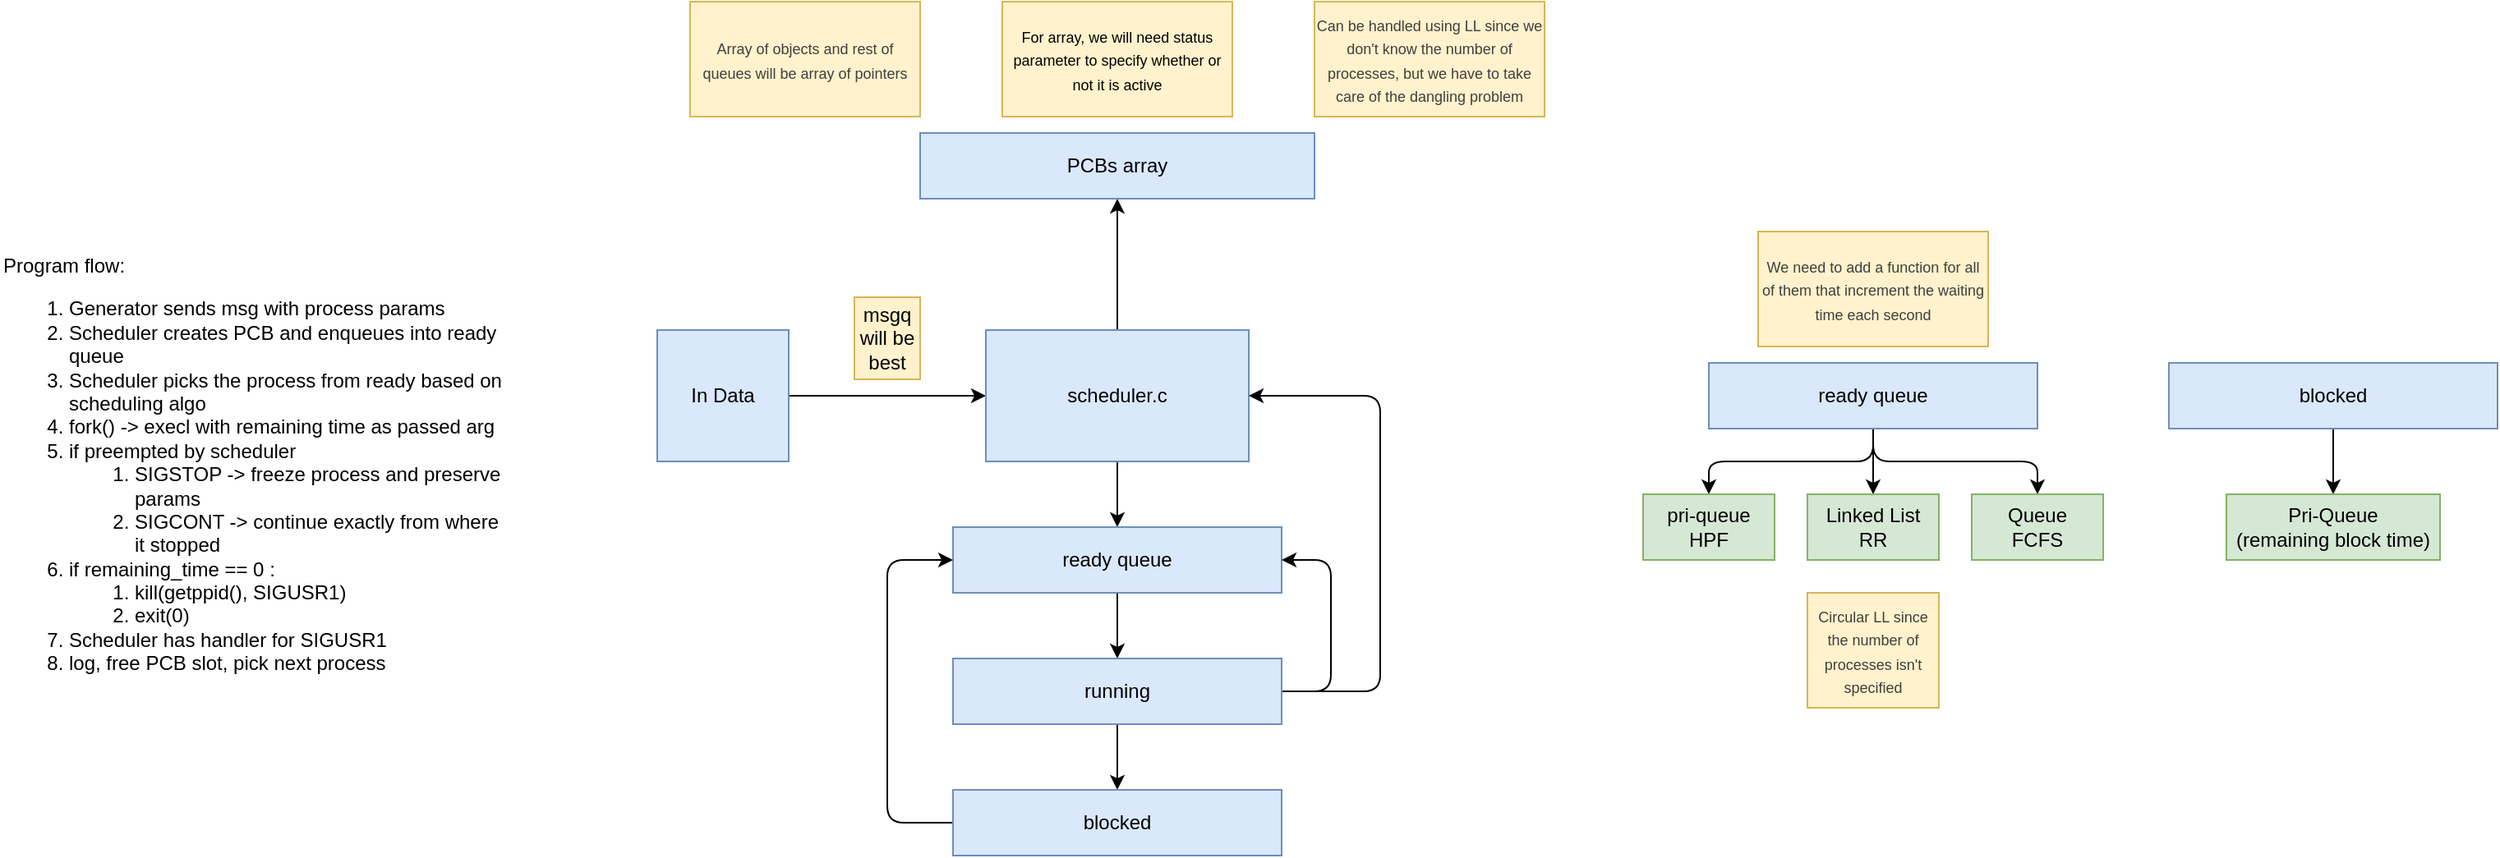
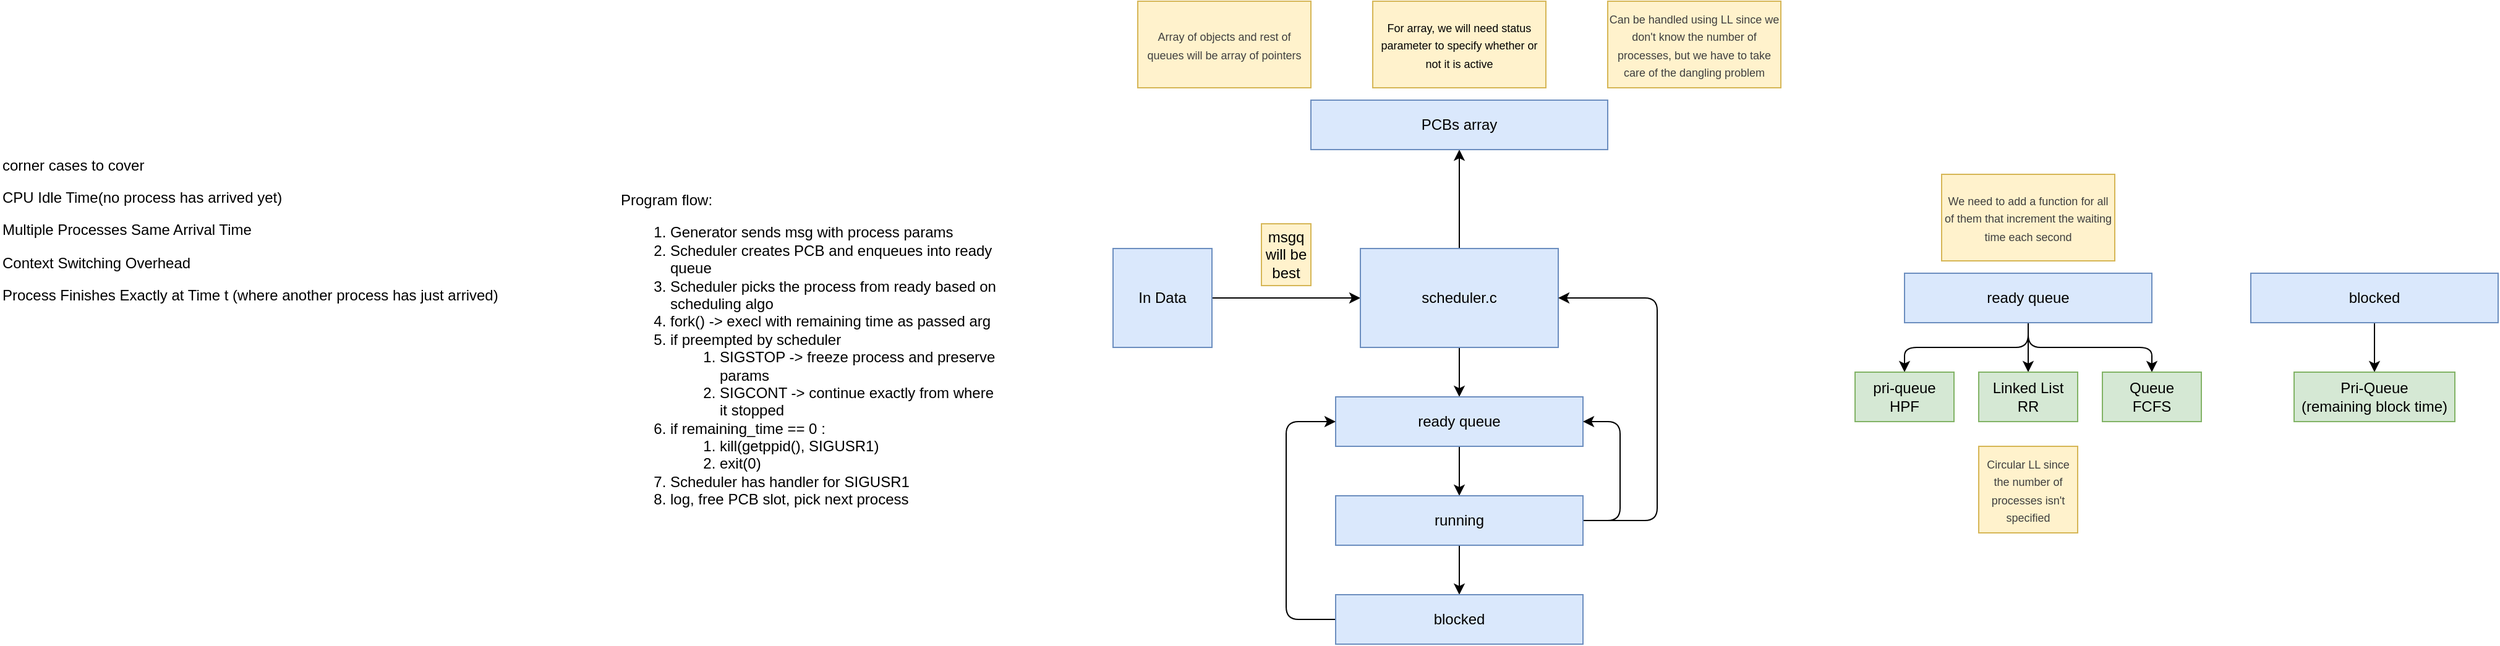
<mxfile host="65bd71144e">
    <diagram id="azkhY0gJLyr2ym31aCHZ" name="Page-1">
-         <mxGraphModel dx="1543" dy="909" grid="1" gridSize="10" guides="1" tooltips="1" connect="1" arrows="1" fold="1" page="0" pageScale="1" pageWidth="850" pageHeight="1100" math="0" shadow="0">
+         <mxGraphModel dx="1953" dy="1063" grid="1" gridSize="10" guides="1" tooltips="1" connect="1" arrows="1" fold="1" page="0" pageScale="1" pageWidth="850" pageHeight="1100" math="0" shadow="0">
            <root>
                <mxCell id="0"/>
                <mxCell id="1" parent="0"/>
-                 <mxCell id="6" style="edgeStyle=none;html=1;entryX=0;entryY=0.5;entryDx=0;entryDy=0;" edge="1" parent="1" source="2" target="3">
+                 <mxCell id="6" style="edgeStyle=none;html=1;entryX=0;entryY=0.5;entryDx=0;entryDy=0;" parent="1" source="2" target="3" edge="1">
                    <mxGeometry relative="1" as="geometry"/>
                </mxCell>
-                 <mxCell id="2" value="In Data" style="rounded=0;whiteSpace=wrap;html=1;fillColor=#dae8fc;strokeColor=#6c8ebf;" vertex="1" parent="1">
+                 <mxCell id="2" value="In Data" style="rounded=0;whiteSpace=wrap;html=1;fillColor=#dae8fc;strokeColor=#6c8ebf;" parent="1" vertex="1">
                    <mxGeometry x="80" y="-160" width="80" height="80" as="geometry"/>
                </mxCell>
-                 <mxCell id="5" style="edgeStyle=none;html=1;entryX=0.5;entryY=1;entryDx=0;entryDy=0;" edge="1" parent="1" source="3" target="4">
+                 <mxCell id="5" style="edgeStyle=none;html=1;entryX=0.5;entryY=1;entryDx=0;entryDy=0;" parent="1" source="3" target="4" edge="1">
                    <mxGeometry relative="1" as="geometry"/>
                </mxCell>
-                 <mxCell id="11" style="edgeStyle=none;html=1;entryX=0.5;entryY=0;entryDx=0;entryDy=0;" edge="1" parent="1" source="3" target="8">
+                 <mxCell id="11" style="edgeStyle=none;html=1;entryX=0.5;entryY=0;entryDx=0;entryDy=0;" parent="1" source="3" target="8" edge="1">
                    <mxGeometry relative="1" as="geometry"/>
                </mxCell>
-                 <mxCell id="3" value="scheduler.c" style="rounded=0;whiteSpace=wrap;html=1;fillColor=#dae8fc;strokeColor=#6c8ebf;" vertex="1" parent="1">
+                 <mxCell id="3" value="scheduler.c" style="rounded=0;whiteSpace=wrap;html=1;fillColor=#dae8fc;strokeColor=#6c8ebf;" parent="1" vertex="1">
                    <mxGeometry x="280" y="-160" width="160" height="80" as="geometry"/>
                </mxCell>
-                 <mxCell id="4" value="PCBs array" style="rounded=0;whiteSpace=wrap;html=1;fillColor=#dae8fc;strokeColor=#6c8ebf;" vertex="1" parent="1">
+                 <mxCell id="4" value="PCBs array" style="rounded=0;whiteSpace=wrap;html=1;fillColor=#dae8fc;strokeColor=#6c8ebf;" parent="1" vertex="1">
                    <mxGeometry x="240" y="-280" width="240" height="40" as="geometry"/>
                </mxCell>
-                 <mxCell id="7" value="msgq will be best" style="text;html=1;align=center;verticalAlign=middle;whiteSpace=wrap;rounded=0;fillColor=#fff2cc;strokeColor=#d6b656;" vertex="1" parent="1">
+                 <mxCell id="7" value="msgq will be best" style="text;html=1;align=center;verticalAlign=middle;whiteSpace=wrap;rounded=0;fillColor=#fff2cc;strokeColor=#d6b656;" parent="1" vertex="1">
                    <mxGeometry x="200" y="-180" width="40" height="50" as="geometry"/>
                </mxCell>
-                 <mxCell id="12" style="edgeStyle=none;html=1;entryX=0.5;entryY=0;entryDx=0;entryDy=0;" edge="1" parent="1" source="8" target="9">
+                 <mxCell id="12" style="edgeStyle=none;html=1;entryX=0.5;entryY=0;entryDx=0;entryDy=0;" parent="1" source="8" target="9" edge="1">
                    <mxGeometry relative="1" as="geometry"/>
                </mxCell>
-                 <mxCell id="8" value="ready queue" style="rounded=0;whiteSpace=wrap;html=1;fillColor=#dae8fc;strokeColor=#6c8ebf;" vertex="1" parent="1">
+                 <mxCell id="8" value="ready queue" style="rounded=0;whiteSpace=wrap;html=1;fillColor=#dae8fc;strokeColor=#6c8ebf;" parent="1" vertex="1">
                    <mxGeometry x="260" y="-40" width="200" height="40" as="geometry"/>
                </mxCell>
-                 <mxCell id="13" style="edgeStyle=none;html=1;entryX=0.5;entryY=0;entryDx=0;entryDy=0;" edge="1" parent="1" source="9" target="10">
+                 <mxCell id="13" style="edgeStyle=none;html=1;entryX=0.5;entryY=0;entryDx=0;entryDy=0;" parent="1" source="9" target="10" edge="1">
                    <mxGeometry relative="1" as="geometry"/>
                </mxCell>
-                 <mxCell id="15" style="edgeStyle=orthogonalEdgeStyle;html=1;entryX=1;entryY=0.5;entryDx=0;entryDy=0;" edge="1" parent="1" source="9" target="3">
+                 <mxCell id="15" style="edgeStyle=orthogonalEdgeStyle;html=1;entryX=1;entryY=0.5;entryDx=0;entryDy=0;" parent="1" source="9" target="3" edge="1">
                    <mxGeometry relative="1" as="geometry">
                        <mxPoint x="510" y="-120" as="targetPoint"/>
                        <Array as="points">
                            <mxPoint x="520" y="60"/>
                            <mxPoint x="520" y="-120"/>
                        </Array>
                    </mxGeometry>
                </mxCell>
-                 <mxCell id="16" style="edgeStyle=orthogonalEdgeStyle;html=1;entryX=1;entryY=0.5;entryDx=0;entryDy=0;" edge="1" parent="1" source="9" target="8">
+                 <mxCell id="16" style="edgeStyle=orthogonalEdgeStyle;html=1;entryX=1;entryY=0.5;entryDx=0;entryDy=0;" parent="1" source="9" target="8" edge="1">
                    <mxGeometry relative="1" as="geometry">
                        <mxPoint x="500" y="-20" as="targetPoint"/>
                        <Array as="points">
                            <mxPoint x="490" y="60"/>
                            <mxPoint x="490" y="-20"/>
                        </Array>
                    </mxGeometry>
                </mxCell>
-                 <mxCell id="9" value="running" style="rounded=0;whiteSpace=wrap;html=1;fillColor=#dae8fc;strokeColor=#6c8ebf;" vertex="1" parent="1">
+                 <mxCell id="9" value="running" style="rounded=0;whiteSpace=wrap;html=1;fillColor=#dae8fc;strokeColor=#6c8ebf;" parent="1" vertex="1">
                    <mxGeometry x="260" y="40" width="200" height="40" as="geometry"/>
                </mxCell>
-                 <mxCell id="17" style="edgeStyle=orthogonalEdgeStyle;html=1;entryX=0;entryY=0.5;entryDx=0;entryDy=0;" edge="1" parent="1" source="10" target="8">
+                 <mxCell id="17" style="edgeStyle=orthogonalEdgeStyle;html=1;entryX=0;entryY=0.5;entryDx=0;entryDy=0;" parent="1" source="10" target="8" edge="1">
                    <mxGeometry relative="1" as="geometry">
                        <Array as="points">
                            <mxPoint x="220" y="140"/>
                            <mxPoint x="220" y="-20"/>
                        </Array>
                    </mxGeometry>
                </mxCell>
-                 <mxCell id="10" value="blocked" style="rounded=0;whiteSpace=wrap;html=1;fillColor=#dae8fc;strokeColor=#6c8ebf;" vertex="1" parent="1">
+                 <mxCell id="10" value="blocked" style="rounded=0;whiteSpace=wrap;html=1;fillColor=#dae8fc;strokeColor=#6c8ebf;" parent="1" vertex="1">
                    <mxGeometry x="260" y="120" width="200" height="40" as="geometry"/>
                </mxCell>
-                 <mxCell id="31" style="edgeStyle=orthogonalEdgeStyle;html=1;entryX=0.5;entryY=0;entryDx=0;entryDy=0;" edge="1" parent="1" source="18" target="29">
+                 <mxCell id="31" style="edgeStyle=orthogonalEdgeStyle;html=1;entryX=0.5;entryY=0;entryDx=0;entryDy=0;" parent="1" source="18" target="29" edge="1">
                    <mxGeometry relative="1" as="geometry"/>
                </mxCell>
-                 <mxCell id="32" style="edgeStyle=none;html=1;exitX=0.5;exitY=1;exitDx=0;exitDy=0;entryX=0.5;entryY=0;entryDx=0;entryDy=0;" edge="1" parent="1" source="18" target="28">
+                 <mxCell id="32" style="edgeStyle=none;html=1;exitX=0.5;exitY=1;exitDx=0;exitDy=0;entryX=0.5;entryY=0;entryDx=0;entryDy=0;" parent="1" source="18" target="28" edge="1">
                    <mxGeometry relative="1" as="geometry"/>
                </mxCell>
-                 <mxCell id="33" style="edgeStyle=orthogonalEdgeStyle;html=1;exitX=0.5;exitY=1;exitDx=0;exitDy=0;entryX=0.5;entryY=0;entryDx=0;entryDy=0;" edge="1" parent="1" source="18" target="30">
+                 <mxCell id="33" style="edgeStyle=orthogonalEdgeStyle;html=1;exitX=0.5;exitY=1;exitDx=0;exitDy=0;entryX=0.5;entryY=0;entryDx=0;entryDy=0;" parent="1" source="18" target="30" edge="1">
                    <mxGeometry relative="1" as="geometry"/>
                </mxCell>
-                 <mxCell id="18" value="ready queue" style="rounded=0;whiteSpace=wrap;html=1;fillColor=#dae8fc;strokeColor=#6c8ebf;" vertex="1" parent="1">
+                 <mxCell id="18" value="ready queue" style="rounded=0;whiteSpace=wrap;html=1;fillColor=#dae8fc;strokeColor=#6c8ebf;" parent="1" vertex="1">
                    <mxGeometry x="720" y="-140" width="200" height="40" as="geometry"/>
                </mxCell>
-                 <mxCell id="37" style="edgeStyle=none;html=1;entryX=0.5;entryY=0;entryDx=0;entryDy=0;" edge="1" parent="1" source="20" target="36">
+                 <mxCell id="37" style="edgeStyle=none;html=1;entryX=0.5;entryY=0;entryDx=0;entryDy=0;" parent="1" source="20" target="36" edge="1">
                    <mxGeometry relative="1" as="geometry"/>
                </mxCell>
-                 <mxCell id="20" value="blocked" style="rounded=0;whiteSpace=wrap;html=1;fillColor=#dae8fc;strokeColor=#6c8ebf;" vertex="1" parent="1">
+                 <mxCell id="20" value="blocked" style="rounded=0;whiteSpace=wrap;html=1;fillColor=#dae8fc;strokeColor=#6c8ebf;" parent="1" vertex="1">
                    <mxGeometry x="1000" y="-140" width="200" height="40" as="geometry"/>
                </mxCell>
-                 <mxCell id="23" value="&lt;font style=&quot;font-size: 9px;&quot;&gt;For array, we will need status parameter to specify whether or not it is active&lt;/font&gt;" style="text;html=1;align=center;verticalAlign=middle;whiteSpace=wrap;rounded=0;fillColor=#fff2cc;strokeColor=#d6b656;" vertex="1" parent="1">
+                 <mxCell id="23" value="&lt;font style=&quot;font-size: 9px;&quot;&gt;For array, we will need status parameter to specify whether or not it is active&lt;/font&gt;" style="text;html=1;align=center;verticalAlign=middle;whiteSpace=wrap;rounded=0;fillColor=#fff2cc;strokeColor=#d6b656;" parent="1" vertex="1">
                    <mxGeometry x="290" y="-360" width="140" height="70" as="geometry"/>
                </mxCell>
-                 <mxCell id="24" value="&lt;span style=&quot;color: rgb(63, 63, 63); font-size: 9px;&quot;&gt;Can be handled using LL since we don&#39;t know the number of processes, but we have to take care of the dangling problem&lt;/span&gt;" style="text;html=1;align=center;verticalAlign=middle;whiteSpace=wrap;rounded=0;fillColor=#fff2cc;strokeColor=#d6b656;" vertex="1" parent="1">
+                 <mxCell id="24" value="&lt;span style=&quot;color: rgb(63, 63, 63); font-size: 9px;&quot;&gt;Can be handled using LL since we don&#39;t know the number of processes, but we have to take care of the dangling problem&lt;/span&gt;" style="text;html=1;align=center;verticalAlign=middle;whiteSpace=wrap;rounded=0;fillColor=#fff2cc;strokeColor=#d6b656;" parent="1" vertex="1">
                    <mxGeometry x="480" y="-360" width="140" height="70" as="geometry"/>
                </mxCell>
-                 <mxCell id="27" value="&lt;span style=&quot;color: rgb(63, 63, 63); font-size: 9px;&quot;&gt;Array of objects and rest of queues will be array of pointers&lt;/span&gt;" style="text;html=1;align=center;verticalAlign=middle;whiteSpace=wrap;rounded=0;fillColor=#fff2cc;strokeColor=#d6b656;" vertex="1" parent="1">
+                 <mxCell id="27" value="&lt;span style=&quot;color: rgb(63, 63, 63); font-size: 9px;&quot;&gt;Array of objects and rest of queues will be array of pointers&lt;/span&gt;" style="text;html=1;align=center;verticalAlign=middle;whiteSpace=wrap;rounded=0;fillColor=#fff2cc;strokeColor=#d6b656;" parent="1" vertex="1">
                    <mxGeometry x="100" y="-360" width="140" height="70" as="geometry"/>
                </mxCell>
-                 <mxCell id="28" value="Linked List&lt;div&gt;RR&lt;/div&gt;" style="rounded=0;whiteSpace=wrap;html=1;fillColor=#d5e8d4;strokeColor=#82b366;" vertex="1" parent="1">
+                 <mxCell id="28" value="Linked List&lt;div&gt;RR&lt;/div&gt;" style="rounded=0;whiteSpace=wrap;html=1;fillColor=#d5e8d4;strokeColor=#82b366;" parent="1" vertex="1">
                    <mxGeometry x="780" y="-60" width="80" height="40" as="geometry"/>
                </mxCell>
-                 <mxCell id="29" value="pri-queue&lt;div&gt;HPF&lt;/div&gt;" style="rounded=0;whiteSpace=wrap;html=1;fillColor=#d5e8d4;strokeColor=#82b366;" vertex="1" parent="1">
+                 <mxCell id="29" value="pri-queue&lt;div&gt;HPF&lt;/div&gt;" style="rounded=0;whiteSpace=wrap;html=1;fillColor=#d5e8d4;strokeColor=#82b366;" parent="1" vertex="1">
                    <mxGeometry x="680" y="-60" width="80" height="40" as="geometry"/>
                </mxCell>
-                 <mxCell id="30" value="Queue&lt;div&gt;FCFS&lt;/div&gt;" style="rounded=0;whiteSpace=wrap;html=1;fillColor=#d5e8d4;strokeColor=#82b366;" vertex="1" parent="1">
+                 <mxCell id="30" value="Queue&lt;div&gt;FCFS&lt;/div&gt;" style="rounded=0;whiteSpace=wrap;html=1;fillColor=#d5e8d4;strokeColor=#82b366;" parent="1" vertex="1">
                    <mxGeometry x="880" y="-60" width="80" height="40" as="geometry"/>
                </mxCell>
-                 <mxCell id="34" value="&lt;span style=&quot;color: rgb(63, 63, 63); font-size: 9px;&quot;&gt;We need to add a function for all of them that increment the waiting time each second&lt;/span&gt;" style="text;html=1;align=center;verticalAlign=middle;whiteSpace=wrap;rounded=0;fillColor=#fff2cc;strokeColor=#d6b656;" vertex="1" parent="1">
+                 <mxCell id="34" value="&lt;span style=&quot;color: rgb(63, 63, 63); font-size: 9px;&quot;&gt;We need to add a function for all of them that increment the waiting time each second&lt;/span&gt;" style="text;html=1;align=center;verticalAlign=middle;whiteSpace=wrap;rounded=0;fillColor=#fff2cc;strokeColor=#d6b656;" parent="1" vertex="1">
                    <mxGeometry x="750" y="-220" width="140" height="70" as="geometry"/>
                </mxCell>
-                 <mxCell id="35" value="&lt;span style=&quot;color: rgb(63, 63, 63); font-size: 9px;&quot;&gt;Circular LL since the number of processes isn&#39;t specified&lt;/span&gt;" style="text;html=1;align=center;verticalAlign=middle;whiteSpace=wrap;rounded=0;fillColor=#fff2cc;strokeColor=#d6b656;" vertex="1" parent="1">
+                 <mxCell id="35" value="&lt;span style=&quot;color: rgb(63, 63, 63); font-size: 9px;&quot;&gt;Circular LL since the number of processes isn&#39;t specified&lt;/span&gt;" style="text;html=1;align=center;verticalAlign=middle;whiteSpace=wrap;rounded=0;fillColor=#fff2cc;strokeColor=#d6b656;" parent="1" vertex="1">
                    <mxGeometry x="780" width="80" height="70" as="geometry"/>
                </mxCell>
-                 <mxCell id="36" value="Pri-Queue&lt;div&gt;(remaining block time)&lt;/div&gt;" style="rounded=0;whiteSpace=wrap;html=1;fillColor=#d5e8d4;strokeColor=#82b366;" vertex="1" parent="1">
+                 <mxCell id="36" value="Pri-Queue&lt;div&gt;(remaining block time)&lt;/div&gt;" style="rounded=0;whiteSpace=wrap;html=1;fillColor=#d5e8d4;strokeColor=#82b366;" parent="1" vertex="1">
                    <mxGeometry x="1035" y="-60" width="130" height="40" as="geometry"/>
                </mxCell>
-                 <mxCell id="38" value="Program flow:&lt;div&gt;&lt;ol&gt;&lt;li&gt;&lt;font color=&quot;#000000&quot;&gt;Generator sends msg with process params&lt;/font&gt;&lt;/li&gt;&lt;li&gt;&lt;font color=&quot;#000000&quot;&gt;Scheduler creates PCB and enqueues into ready queue&lt;/font&gt;&lt;/li&gt;&lt;li&gt;&lt;font color=&quot;#000000&quot;&gt;Scheduler picks the process from ready based on scheduling algo&lt;/font&gt;&lt;/li&gt;&lt;li&gt;&lt;font color=&quot;#000000&quot;&gt;fork() -&amp;gt; execl with remaining time as passed arg&lt;/font&gt;&lt;/li&gt;&lt;li&gt;&lt;font color=&quot;#000000&quot;&gt;if preempted by scheduler&lt;/font&gt;&lt;/li&gt;&lt;ol&gt;&lt;li&gt;&lt;font color=&quot;#000000&quot;&gt;SIGSTOP -&amp;gt; freeze process and preserve params&lt;/font&gt;&lt;/li&gt;&lt;li&gt;&lt;font color=&quot;#000000&quot;&gt;SIGCONT -&amp;gt; continue exactly from where it stopped&lt;/font&gt;&lt;/li&gt;&lt;/ol&gt;&lt;li&gt;if remaining_time == 0 :&lt;/li&gt;&lt;ol&gt;&lt;li&gt;kill(getppid(), SIGUSR1)&lt;/li&gt;&lt;li&gt;exit(0)&lt;/li&gt;&lt;/ol&gt;&lt;li&gt;Scheduler has handler for SIGUSR1&lt;/li&gt;&lt;li&gt;log, free PCB slot, pick next process&lt;/li&gt;&lt;/ol&gt;&lt;div&gt;&lt;br&gt;&lt;/div&gt;&lt;/div&gt;" style="text;html=1;align=left;verticalAlign=middle;whiteSpace=wrap;rounded=0;" vertex="1" parent="1">
+                 <mxCell id="38" value="Program flow:&lt;div&gt;&lt;ol&gt;&lt;li&gt;&lt;font color=&quot;#000000&quot;&gt;Generator sends msg with process params&lt;/font&gt;&lt;/li&gt;&lt;li&gt;&lt;font color=&quot;#000000&quot;&gt;Scheduler creates PCB and enqueues into ready queue&lt;/font&gt;&lt;/li&gt;&lt;li&gt;&lt;font color=&quot;#000000&quot;&gt;Scheduler picks the process from ready based on scheduling algo&lt;/font&gt;&lt;/li&gt;&lt;li&gt;&lt;font color=&quot;#000000&quot;&gt;fork() -&amp;gt; execl with remaining time as passed arg&lt;/font&gt;&lt;/li&gt;&lt;li&gt;&lt;font color=&quot;#000000&quot;&gt;if preempted by scheduler&lt;/font&gt;&lt;/li&gt;&lt;ol&gt;&lt;li&gt;&lt;font color=&quot;#000000&quot;&gt;SIGSTOP -&amp;gt; freeze process and preserve params&lt;/font&gt;&lt;/li&gt;&lt;li&gt;&lt;font color=&quot;#000000&quot;&gt;SIGCONT -&amp;gt; continue exactly from where it stopped&lt;/font&gt;&lt;/li&gt;&lt;/ol&gt;&lt;li&gt;if remaining_time == 0 :&lt;/li&gt;&lt;ol&gt;&lt;li&gt;kill(getppid(), SIGUSR1)&lt;/li&gt;&lt;li&gt;exit(0)&lt;/li&gt;&lt;/ol&gt;&lt;li&gt;Scheduler has handler for SIGUSR1&lt;/li&gt;&lt;li&gt;log, free PCB slot, pick next process&lt;/li&gt;&lt;/ol&gt;&lt;div&gt;&lt;br&gt;&lt;/div&gt;&lt;/div&gt;" style="text;html=1;align=left;verticalAlign=middle;whiteSpace=wrap;rounded=0;" parent="1" vertex="1">
                    <mxGeometry x="-320" y="-280" width="310" height="430" as="geometry"/>
+                 </mxCell>
+                 <mxCell id="41" value="&lt;p data-pm-slice=&quot;0 0 []&quot;&gt;corner cases to cover &lt;/p&gt;&lt;p&gt;CPU Idle Time(no process has arrived yet)&lt;/p&gt;&lt;p&gt;Multiple Processes Same Arrival Time&lt;/p&gt;&lt;p&gt;Context Switching Overhead&lt;/p&gt;&lt;p&gt;Process Finishes Exactly at Time t (where another process has just arrived)&lt;/p&gt;&lt;p&gt;&lt;/p&gt;" style="text;strokeColor=none;align=left;fillColor=none;html=1;verticalAlign=middle;whiteSpace=wrap;rounded=0;" vertex="1" parent="1">
+                     <mxGeometry x="-820" y="-260" width="410" height="170" as="geometry"/>
                </mxCell>
            </root>
        </mxGraphModel>
    </diagram>
</mxfile>